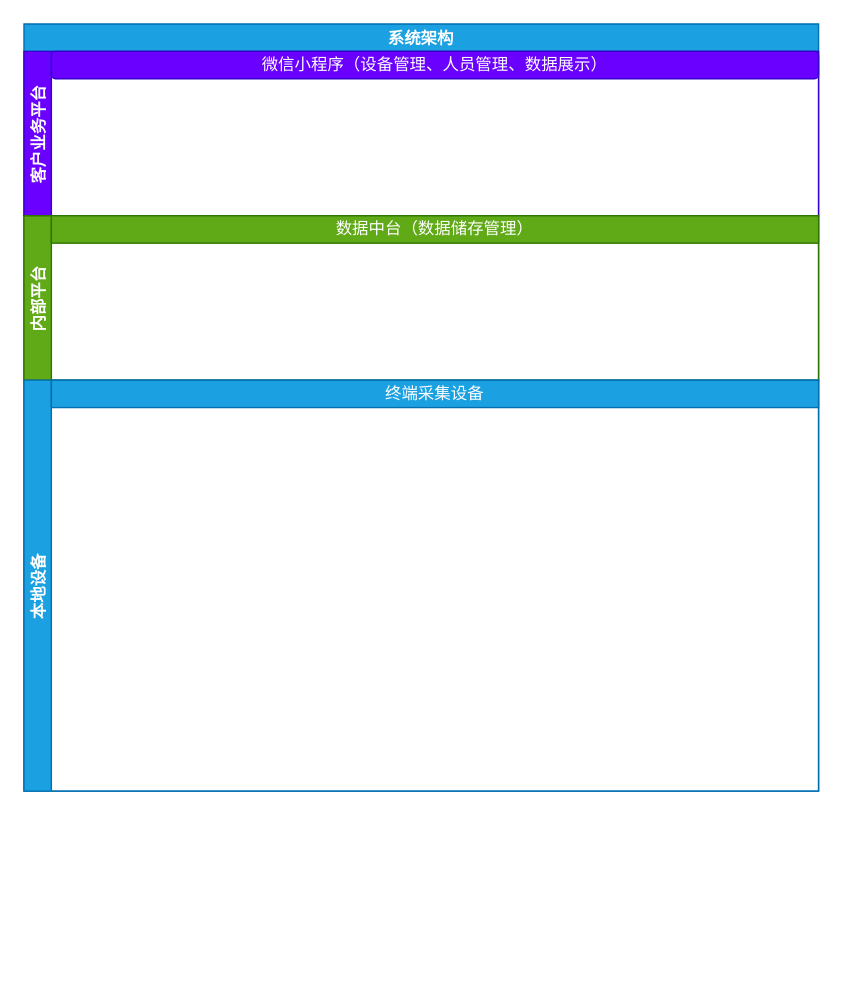
Above: 未命名绘图.drawio in buoloo/ANT (draw.io), before the change. Source tidied: cells renumbered, new cells numbered last; positions are measured from the earlier drawing's top-left corner, leaving out a move shared by most shapes. Both pictures are drawn from the tidied source at 137%, with x=0, y=0 at pixel (23, 23).
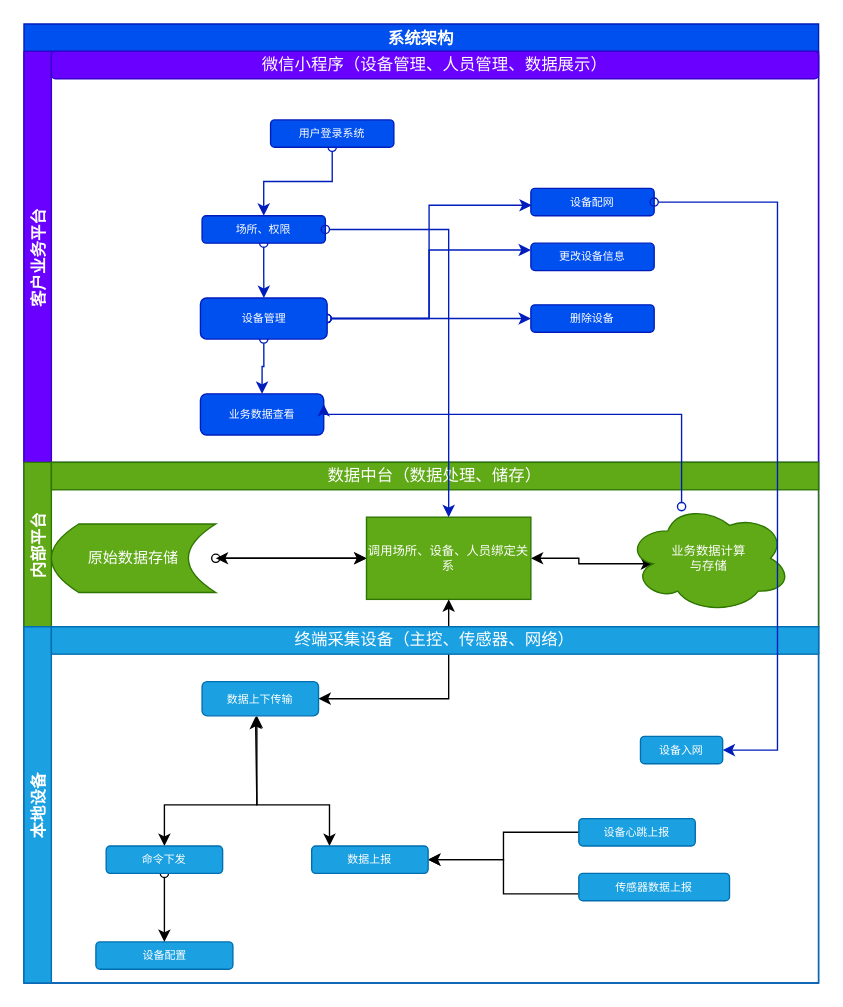
After the change.

Commit message:
更新未命名绘图.drawio

The edit, as a diff of the source:
```diff
@@
-    <mxCell id="2" value="系统架构" style="swimlane;horizontal=1;startSize=20;fillColor=#1ba1e2;fontColor=#ffffff;strokeColor=#006EAF;textDirection=ltr;swimlaneFillColor=none;" parent="1" vertex="1">
-      <mxGeometry width="580" height="560" as="geometry" />
+    <mxCell id="2" value="系统架构" style="swimlane;horizontal=1;startSize=20;fillColor=#0050ef;fontColor=#ffffff;strokeColor=#001DBC;textDirection=ltr;swimlaneFillColor=none;" parent="1" vertex="1">
+      <mxGeometry width="580" height="700" as="geometry" />
     </mxCell>
     <mxCell id="3" value="客户业务平台" style="swimlane;startSize=20;horizontal=0;fillColor=#6a00ff;fontColor=#ffffff;strokeColor=#3700CC;" parent="2" vertex="1">
-      <mxGeometry y="20" width="580" height="120" as="geometry" />
+      <mxGeometry y="20" width="580" height="300" as="geometry" />
     </mxCell>
@@
+    <mxCell id="9" style="edgeStyle=orthogonalEdgeStyle;rounded=0;jettySize=auto;html=1;entryX=0.5;entryY=0;entryDx=0;entryDy=0;fontSize=9;startArrow=oval;startFill=0;fillColor=#0050ef;strokeColor=#001DBC;" parent="3" edge="1" source="10" target="15">
+      <mxGeometry relative="1" as="geometry" />
+    </mxCell>
+    <mxCell id="10" value="用户登录系统" style="rounded=1;whiteSpace=wrap;html=1;glass=0;fontSize=8;fillColor=#0050ef;fontColor=#ffffff;strokeColor=#001DBC;" parent="3" vertex="1">
+      <mxGeometry x="180" y="50" width="90" height="20" as="geometry" />
+    </mxCell>
+    <mxCell id="11" value="业务数据查看" style="rounded=1;whiteSpace=wrap;html=1;glass=0;fontSize=8;fillColor=#0050ef;fontColor=#ffffff;strokeColor=#001DBC;" parent="3" vertex="1">
+      <mxGeometry x="128.8" y="250" width="90" height="30" as="geometry" />
+    </mxCell>
+    <mxCell id="12" value="设备配网" style="rounded=1;whiteSpace=wrap;html=1;glass=0;fontSize=8;fillColor=#0050ef;fontColor=#ffffff;strokeColor=#001DBC;" parent="3" vertex="1">
+      <mxGeometry x="370" y="100" width="90" height="20" as="geometry" />
+    </mxCell>
+    <mxCell id="13" value="删除设备" style="rounded=1;whiteSpace=wrap;html=1;glass=0;fontSize=8;fillColor=#0050ef;fontColor=#ffffff;strokeColor=#001DBC;" parent="3" vertex="1">
+      <mxGeometry x="370" y="185" width="90" height="20" as="geometry" />
+    </mxCell>
+    <mxCell id="14" style="edgeStyle=orthogonalEdgeStyle;rounded=0;jettySize=auto;html=1;fontSize=9;startArrow=oval;startFill=0;fillColor=#0050ef;strokeColor=#001DBC;" parent="3" edge="1" source="15" target="20">
+      <mxGeometry relative="1" as="geometry" />
+    </mxCell>
+    <mxCell id="15" value="场所、权限" style="rounded=1;whiteSpace=wrap;html=1;glass=0;fontSize=8;fillColor=#0050ef;fontColor=#ffffff;strokeColor=#001DBC;" parent="3" vertex="1">
+      <mxGeometry x="130" y="120" width="90" height="20" as="geometry" />
+    </mxCell>
+    <mxCell id="16" style="edgeStyle=orthogonalEdgeStyle;rounded=0;jettySize=auto;html=1;entryX=0.007;entryY=0.617;entryDx=0;entryDy=0;entryPerimeter=0;fontSize=9;startArrow=oval;startFill=0;fillColor=#0050ef;strokeColor=#001DBC;" parent="3" edge="1" source="20" target="12">
+      <mxGeometry relative="1" as="geometry" />
+    </mxCell>
+    <mxCell id="17" style="edgeStyle=orthogonalEdgeStyle;rounded=0;jettySize=auto;html=1;fontSize=9;startArrow=oval;startFill=0;fillColor=#0050ef;strokeColor=#001DBC;" parent="3" edge="1" source="20" target="13">
+      <mxGeometry relative="1" as="geometry" />
+    </mxCell>
+    <mxCell id="18" style="edgeStyle=orthogonalEdgeStyle;rounded=0;jettySize=auto;html=1;exitX=0.5;exitY=1;exitDx=0;exitDy=0;fontSize=9;startArrow=oval;startFill=0;fillColor=#0050ef;strokeColor=#001DBC;" parent="3" edge="1" source="20" target="11">
+      <mxGeometry relative="1" as="geometry" />
+    </mxCell>
+    <mxCell id="19" style="edgeStyle=orthogonalEdgeStyle;rounded=0;jettySize=auto;html=1;entryX=0;entryY=0.25;entryDx=0;entryDy=0;fontSize=9;startArrow=oval;startFill=0;fillColor=#0050ef;strokeColor=#001DBC;" parent="3" edge="1" source="20" target="21">
+      <mxGeometry relative="1" as="geometry" />
+    </mxCell>
+    <mxCell id="20" value="设备管理" style="whiteSpace=wrap;html=1;fontSize=8;fillColor=#0050ef;strokeColor=#001DBC;fontColor=#ffffff;rounded=1;glass=0;" parent="3" vertex="1">
+      <mxGeometry x="128.8" y="180" width="92.5" height="30" as="geometry" />
+    </mxCell>
+    <mxCell id="21" value="更改设备信息" style="rounded=1;whiteSpace=wrap;html=1;glass=0;fontSize=8;fillColor=#0050ef;fontColor=#ffffff;strokeColor=#001DBC;" parent="3" vertex="1">
+      <mxGeometry x="370" y="140" width="90" height="20" as="geometry" />
+    </mxCell>
     <mxCell id="5" value="内部平台" style="swimlane;startSize=20;horizontal=0;fillColor=#60a917;fontColor=#ffffff;strokeColor=#2D7600;" parent="2" vertex="1">
-      <mxGeometry y="140" width="580" height="120" as="geometry" />
+      <mxGeometry y="320" width="580" height="120" as="geometry" />
     </mxCell>
-    <mxCell id="6" value="数据中台（数据储存管理）" style="whiteSpace=wrap;html=1;glass=0;fillColor=#60a917;fontColor=#ffffff;strokeColor=#2D7600;rounded=0;" parent="5" vertex="1">
+    <mxCell id="6" value="数据中台（数据处理、储存）" style="whiteSpace=wrap;html=1;glass=0;fillColor=#60a917;fontColor=#ffffff;strokeColor=#2D7600;rounded=0;" parent="5" vertex="1">
       <mxGeometry x="20" width="560" height="20" as="geometry" />
     </mxCell>
+    <mxCell id="22" style="edgeStyle=orthogonalEdgeStyle;rounded=0;jettySize=auto;html=1;fontSize=9;startArrow=oval;startFill=0;" parent="5" edge="1" source="23" target="26">
+      <mxGeometry relative="1" as="geometry" />
+    </mxCell>
+    <mxCell id="23" value="&lt;font style=&quot;font-size: 11px;&quot;&gt;原始数据存储&lt;/font&gt;" style="shape=dataStorage;whiteSpace=wrap;html=1;fixedSize=1;rounded=0;glass=0;fontSize=8;fillColor=#60a917;fontColor=#ffffff;strokeColor=#2D7600;" parent="5" vertex="1">
+      <mxGeometry x="20" y="45" width="120" height="50" as="geometry" />
+    </mxCell>
+    <mxCell id="24" style="edgeStyle=orthogonalEdgeStyle;rounded=0;jettySize=auto;html=1;fontSize=9;startArrow=classic;startFill=1;" parent="5" edge="1" source="26" target="23">
+      <mxGeometry relative="1" as="geometry" />
+    </mxCell>
+    <mxCell id="25" style="edgeStyle=orthogonalEdgeStyle;rounded=0;jettySize=auto;html=1;exitX=1;exitY=0.5;exitDx=0;exitDy=0;entryX=0.16;entryY=0.55;entryDx=0;entryDy=0;entryPerimeter=0;fontSize=9;startArrow=classic;startFill=1;" parent="5" edge="1" source="26" target="27">
+      <mxGeometry relative="1" as="geometry" />
+    </mxCell>
+    <mxCell id="26" value="调用场所、设备、人员绑定关系" style="rounded=0;whiteSpace=wrap;html=1;glass=0;fontSize=9;fillColor=#60a917;fontColor=#ffffff;strokeColor=#2D7600;" parent="5" vertex="1">
+      <mxGeometry x="250" y="40" width="120" height="60" as="geometry" />
+    </mxCell>
+    <mxCell id="27" value="业务数据计算&lt;br&gt;与存储" style="ellipse;shape=cloud;whiteSpace=wrap;html=1;rounded=0;glass=0;fontSize=9;fillColor=#60a917;fontColor=#ffffff;strokeColor=#2D7600;" parent="5" vertex="1">
+      <mxGeometry x="440" y="30" width="120" height="80" as="geometry" />
+    </mxCell>
+    <mxCell id="28" style="edgeStyle=orthogonalEdgeStyle;rounded=0;jettySize=auto;html=1;fontSize=9;startArrow=classic;startFill=1;" parent="2" edge="1" source="36" target="26">
+      <mxGeometry relative="1" as="geometry" />
+    </mxCell>
     <mxCell id="7" value="本地设备" style="swimlane;startSize=20;horizontal=0;fillColor=#1ba1e2;fontColor=#ffffff;strokeColor=#006EAF;" parent="2" vertex="1">
-      <mxGeometry y="260" width="580" height="300" as="geometry" />
+      <mxGeometry y="440" width="580" height="260" as="geometry" />
     </mxCell>
-    <mxCell id="8" value="终端采集设备" style="whiteSpace=wrap;html=1;glass=0;fillColor=#1ba1e2;fontColor=#ffffff;strokeColor=#006EAF;rounded=0;" parent="7" vertex="1">
+    <mxCell id="8" value="终端采集设备（主控、传感器、网络）" style="whiteSpace=wrap;html=1;glass=0;fillColor=#1ba1e2;fontColor=#ffffff;strokeColor=#006EAF;rounded=0;" parent="7" vertex="1">
       <mxGeometry x="20" width="560" height="20" as="geometry" />
     </mxCell>
+    <mxCell id="29" value="设备入网" style="rounded=1;whiteSpace=wrap;html=1;glass=0;fontSize=8;fillColor=#1ba1e2;fontColor=#ffffff;strokeColor=#006EAF;" parent="7" vertex="1">
+      <mxGeometry x="450" y="80" width="60" height="20" as="geometry" />
+    </mxCell>
+    <mxCell id="30" value="设备配置" style="rounded=1;whiteSpace=wrap;html=1;glass=0;fontSize=8;fillColor=#1ba1e2;fontColor=#ffffff;strokeColor=#006EAF;" parent="7" vertex="1">
+      <mxGeometry x="52.5" y="230" width="100" height="20" as="geometry" />
+    </mxCell>
+    <mxCell id="31" style="edgeStyle=orthogonalEdgeStyle;rounded=0;jettySize=auto;html=1;fontSize=8;" parent="7" edge="1" source="32" target="37">
+      <mxGeometry relative="1" as="geometry" />
+    </mxCell>
+    <mxCell id="32" value="设备心跳上报" style="rounded=1;whiteSpace=wrap;html=1;glass=0;fontSize=8;fillColor=#1ba1e2;fontColor=#ffffff;strokeColor=#006EAF;" parent="7" vertex="1">
+      <mxGeometry x="405" y="140" width="85" height="20" as="geometry" />
+    </mxCell>
+    <mxCell id="33" style="edgeStyle=orthogonalEdgeStyle;rounded=0;jettySize=auto;html=1;exitX=0;exitY=0.75;exitDx=0;exitDy=0;entryX=1;entryY=0.5;entryDx=0;entryDy=0;fontSize=8;" parent="7" edge="1" source="34" target="37">
+      <mxGeometry relative="1" as="geometry" />
+    </mxCell>
+    <mxCell id="34" value="传感器数据上报" style="rounded=1;whiteSpace=wrap;html=1;glass=0;fontSize=8;fillColor=#1ba1e2;fontColor=#ffffff;strokeColor=#006EAF;" parent="7" vertex="1">
+      <mxGeometry x="405" y="180" width="110" height="20" as="geometry" />
+    </mxCell>
+    <mxCell id="35" style="edgeStyle=orthogonalEdgeStyle;rounded=0;jettySize=auto;html=1;fontSize=8;startArrow=classic;startFill=1;" parent="7" edge="1" source="36" target="37">
+      <mxGeometry relative="1" as="geometry">
+        <Array as="points">
+          <mxPoint x="170" y="130" />
+          <mxPoint x="223" y="130" />
+        </Array>
+      </mxGeometry>
+    </mxCell>
+    <mxCell id="36" value="数据上下传输" style="rounded=1;whiteSpace=wrap;html=1;glass=0;fontSize=8;fillColor=#1ba1e2;fontColor=#ffffff;strokeColor=#006EAF;" parent="7" vertex="1">
+      <mxGeometry x="130" y="40" width="85" height="25" as="geometry" />
+    </mxCell>
+    <mxCell id="37" value="数据上报" style="rounded=1;whiteSpace=wrap;html=1;glass=0;fontSize=8;fillColor=#1ba1e2;fontColor=#ffffff;strokeColor=#006EAF;" parent="7" vertex="1">
+      <mxGeometry x="210" y="160" width="85" height="20" as="geometry" />
+    </mxCell>
+    <mxCell id="38" style="edgeStyle=orthogonalEdgeStyle;rounded=0;jettySize=auto;html=1;entryX=0.459;entryY=1.024;entryDx=0;entryDy=0;entryPerimeter=0;fontSize=9;startArrow=classic;startFill=1;" parent="7" edge="1" source="40" target="36">
+      <mxGeometry relative="1" as="geometry">
+        <Array as="points">
+          <mxPoint x="103" y="130" />
+          <mxPoint x="170" y="130" />
+          <mxPoint x="170" y="66" />
+        </Array>
+      </mxGeometry>
+    </mxCell>
+    <mxCell id="39" style="edgeStyle=orthogonalEdgeStyle;rounded=0;jettySize=auto;html=1;fontSize=9;startArrow=oval;startFill=0;" parent="7" edge="1" source="40" target="30">
+      <mxGeometry relative="1" as="geometry" />
+    </mxCell>
+    <mxCell id="40" value="命令下发" style="rounded=1;whiteSpace=wrap;html=1;glass=0;fontSize=8;fillColor=#1ba1e2;fontColor=#ffffff;strokeColor=#006EAF;" parent="7" vertex="1">
+      <mxGeometry x="60" y="160" width="85" height="20" as="geometry" />
+    </mxCell>
+    <mxCell id="41" style="edgeStyle=orthogonalEdgeStyle;rounded=0;jettySize=auto;html=1;fontSize=9;startArrow=oval;startFill=0;entryX=1;entryY=0.5;entryDx=0;entryDy=0;fillColor=#0050ef;strokeColor=#001DBC;" parent="2" edge="1" source="12" target="29">
+      <mxGeometry relative="1" as="geometry">
+        <Array as="points">
+          <mxPoint x="550" y="130" />
+          <mxPoint x="550" y="530" />
+        </Array>
+      </mxGeometry>
+    </mxCell>
+    <mxCell id="42" style="edgeStyle=orthogonalEdgeStyle;rounded=0;jettySize=auto;html=1;entryX=1;entryY=0.25;entryDx=0;entryDy=0;fontSize=9;startArrow=oval;startFill=0;fillColor=#0050ef;strokeColor=#001DBC;" parent="2" edge="1" source="27" target="11">
+      <mxGeometry relative="1" as="geometry">
+        <Array as="points">
+          <mxPoint x="480" y="285" />
+        </Array>
+      </mxGeometry>
+    </mxCell>
+    <mxCell id="43" style="edgeStyle=orthogonalEdgeStyle;rounded=0;jettySize=auto;html=1;fontSize=9;startArrow=oval;startFill=0;fillColor=#0050ef;strokeColor=#001DBC;" parent="2" edge="1" source="15" target="26">
+      <mxGeometry relative="1" as="geometry" />
+    </mxCell>
```
